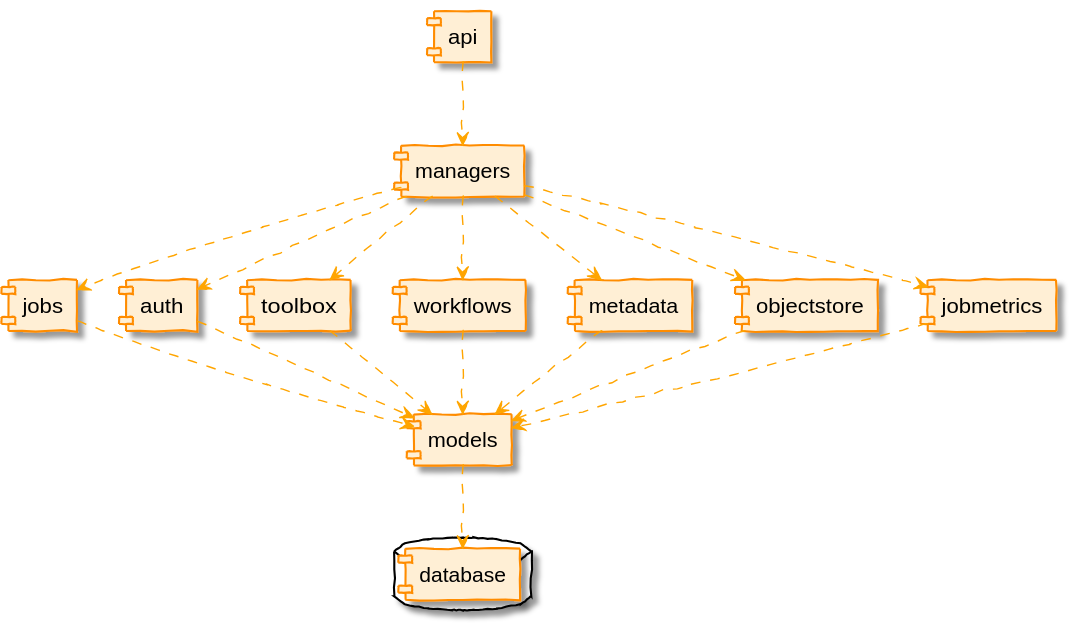
This is topics/dev/images/core_models_managers.plantuml.svg from galaxyproject/training-material, a PlantUML export, as it was before one commit.
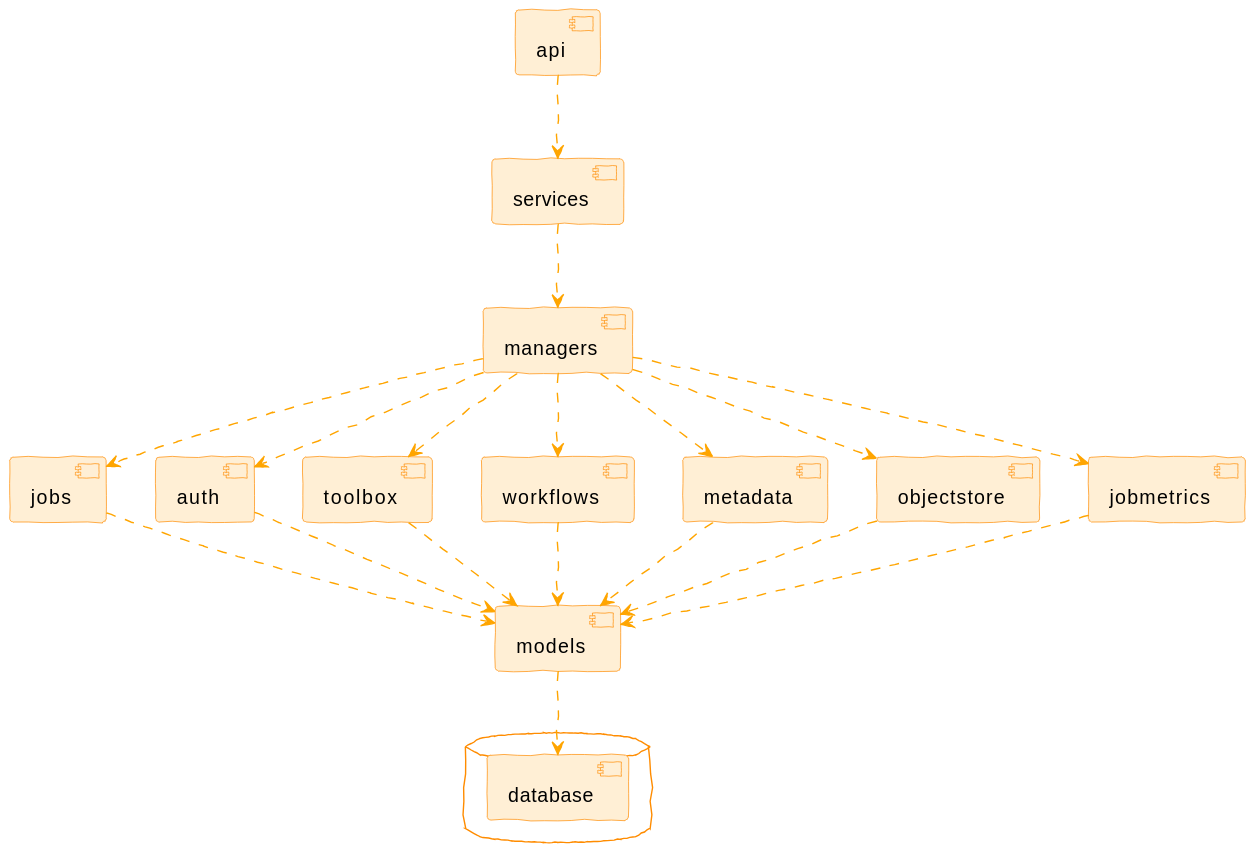
After the change.

Diff of the diagram source:
```diff
@@ -1,5 +1,4 @@
 @startuml
-
 !include plantuml_options.txt
 
 database {
@@ -14,6 +13,7 @@
 component objectstore
 component jobmetrics
 component managers
+component services
 component api
 
 [models] ..> [database]
@@ -31,6 +31,6 @@
 [managers] ..> [toolbox]
 [managers] ..> [auth]
 [managers] ..> [jobs]
-[api] ..> [managers]
-
+[services] ..> [managers]
+[api] ..> [services]
 @enduml
```
